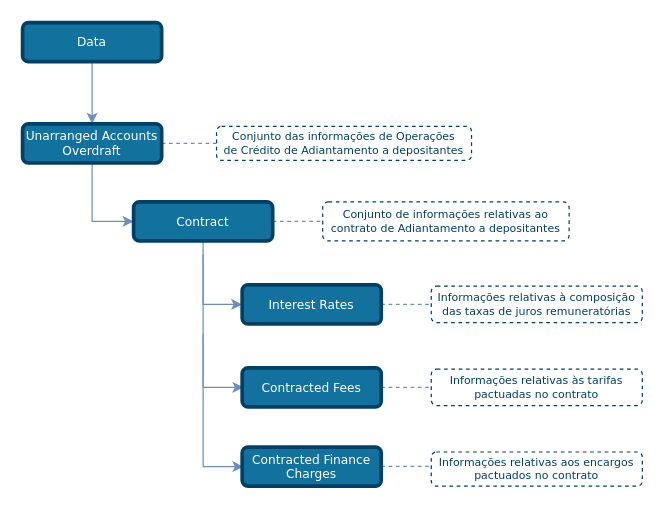
Above: draw_io_diagrams/unarranged_accounts_overdraft/TLD_UnarrangedAccountsOverdraft_Contract.drawio in OpenBanking-Brasil/areadesenvolvedor (draw.io), before the change. Source tidied: cells renumbered, new cells numbered last; positions are measured from the earlier drawing's top-left corner, leaving out a move shared by most shapes. Both pictures are drawn from the tidied source at 122%, with x=0, y=0 at pixel (22, 22).
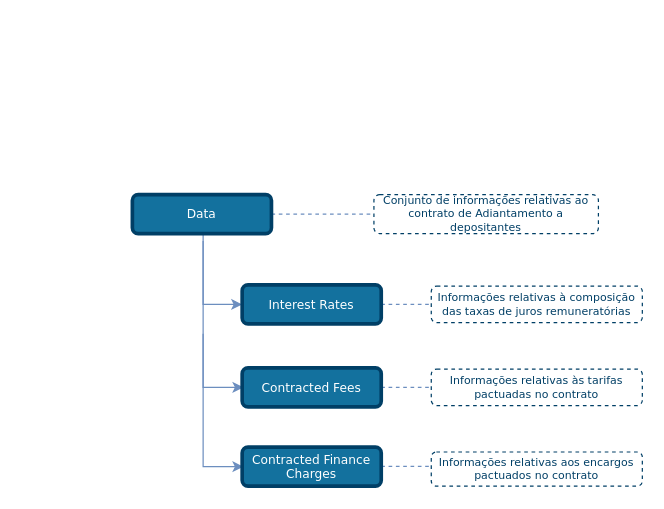
The same page after the edit.

The change refers to these unchanged cells:
```xml
<mxCell id="14" value="Interest Rates" style="rounded=1;whiteSpace=wrap;html=1;comic=0;shadow=0;backgroundOutline=0;snapToPoint=0;fixDash=0;strokeWidth=3;fontFamily=Verdana;fontStyle=0;labelBackgroundColor=none;labelBorderColor=none;fontSize=10;fillColor=#13719E;strokeColor=#003F66;fontColor=#ffffff;" parent="1" vertex="1">
  <mxGeometry x="180" y="215" width="114" height="32" as="geometry" />
</mxCell>
```

What changed in the source:
```diff
@@
-    <mxCell id="2" style="edgeStyle=none;rounded=1;jettySize=auto;html=1;entryX=0;entryY=0.5;entryDx=0;entryDy=0;dashed=1;endArrow=none;endFill=0;endSize=6;strokeColor=#6C8EBF;exitX=1;exitY=0.5;exitDx=0;exitDy=0;" parent="1" edge="1" source="13" target="8">
+    <mxCell id="2" style="edgeStyle=none;rounded=1;jettySize=auto;html=1;entryX=0;entryY=0.5;entryDx=0;entryDy=0;dashed=1;endArrow=none;endFill=0;endSize=6;strokeColor=#6C8EBF;exitX=1;exitY=0.5;exitDx=0;exitDy=0;" parent="1" edge="1" source="12" target="8">
       <mxGeometry relative="1" as="geometry" />
     </mxCell>
-    <mxCell id="3" style="edgeStyle=orthogonalEdgeStyle;rounded=0;jettySize=auto;html=1;entryX=0.5;entryY=0;entryDx=0;entryDy=0;endSize=6;fillColor=#dae8fc;strokeColor=#6c8ebf;comic=0;shadow=0;backgroundOutline=0;snapToPoint=0;fixDash=0;endArrow=classic;endFill=1;exitX=0.5;exitY=1;exitDx=0;exitDy=0;" parent="1" edge="1" source="12" target="6">
-      <mxGeometry relative="1" as="geometry" />
-    </mxCell>
-    <mxCell id="4" style="edgeStyle=orthogonalEdgeStyle;rounded=0;jettySize=auto;html=1;exitX=0.5;exitY=1;exitDx=0;exitDy=0;entryX=0;entryY=0.5;entryDx=0;entryDy=0;strokeColor=#6C8EBF;endArrow=classic;endFill=1;" parent="1" edge="1" source="6" target="13">
-      <mxGeometry relative="1" as="geometry" />
-    </mxCell>
-    <mxCell id="5" style="edgeStyle=none;rounded=1;jettySize=auto;html=1;exitX=1;exitY=0.5;exitDx=0;exitDy=0;entryX=0;entryY=0.5;entryDx=0;entryDy=0;dashed=1;endArrow=none;endFill=0;endSize=6;strokeColor=#6C8EBF;" parent="1" edge="1" source="6" target="7">
-      <mxGeometry relative="1" as="geometry" />
-    </mxCell>
-    <mxCell id="6" value="Unarranged Accounts Overdraft" style="rounded=1;whiteSpace=wrap;html=1;comic=0;shadow=0;backgroundOutline=0;snapToPoint=0;fixDash=0;strokeWidth=3;fontFamily=Verdana;fontStyle=0;labelBackgroundColor=none;labelBorderColor=none;fontSize=10;fillColor=#13719E;strokeColor=#003F66;fontColor=#ffffff;" parent="1" vertex="1">
-      <mxGeometry y="83" width="114" height="32" as="geometry" />
-    </mxCell>
-    <mxCell id="7" value="&lt;font style=&quot;font-size: 9px&quot;&gt;Conjunto das informações de Operações &lt;br&gt;de Crédito de Adiantamento a depositantes&lt;/font&gt;" style="rounded=1;whiteSpace=wrap;html=1;shadow=0;comic=0;strokeColor=#003F66;strokeWidth=1;fillColor=#ffffff;fontFamily=Verdana;fontSize=9;fontColor=#003F66;dashed=1;spacingLeft=5;spacing=0;spacingRight=5;spacingBottom=5;spacingTop=5;align=center;verticalAlign=middle;gradientColor=#ffffff;" parent="1" vertex="1">
-      <mxGeometry x="159" y="85" width="209" height="28" as="geometry" />
-    </mxCell>
     <mxCell id="8" value="&lt;font style=&quot;font-size: 9px&quot;&gt;Conjunto de informações relativas ao contrato de Adiantamento a depositantes&lt;/font&gt;" style="rounded=1;whiteSpace=wrap;html=1;shadow=0;comic=0;strokeColor=#003F66;strokeWidth=1;fillColor=#ffffff;fontFamily=Verdana;fontSize=9;fontColor=#003F66;dashed=1;spacingLeft=5;spacing=0;spacingRight=5;spacingBottom=5;spacingTop=5;align=center;verticalAlign=middle;gradientColor=#ffffff;" parent="1" vertex="1">
-      <mxGeometry x="246" y="147" width="202" height="32" as="geometry" />
+      <mxGeometry x="288" y="141" width="184" height="32" as="geometry" />
     </mxCell>
@@
-    <mxCell id="11" style="edgeStyle=orthogonalEdgeStyle;rounded=0;jettySize=auto;html=1;exitX=0.5;exitY=1;exitDx=0;exitDy=0;entryX=0;entryY=0.5;entryDx=0;entryDy=0;strokeColor=#6C8EBF;endArrow=classic;endFill=1;" parent="1" edge="1" source="13" target="14">
-      <mxGeometry relative="1" as="geometry" />
+    <mxCell id="11" style="edgeStyle=orthogonalEdgeStyle;rounded=0;jettySize=auto;html=1;entryX=0;entryY=0.5;entryDx=0;entryDy=0;strokeColor=#6C8EBF;endArrow=classic;endFill=1;" parent="1" edge="1" target="14">
+      <mxGeometry relative="1" as="geometry">
+        <mxPoint x="148" y="179" as="sourcePoint" />
+        <Array as="points">
+          <mxPoint x="148" y="231" />
+        </Array>
+      </mxGeometry>
     </mxCell>
-    <mxCell id="12" value="Data" style="rounded=1;whiteSpace=wrap;html=1;comic=0;shadow=0;backgroundOutline=0;snapToPoint=0;fixDash=0;strokeWidth=3;fontFamily=Verdana;fontStyle=0;labelBackgroundColor=none;labelBorderColor=none;fontSize=10;fillColor=#13719E;strokeColor=#003F66;fontColor=#ffffff;" parent="1" vertex="1">
-      <mxGeometry width="114" height="32" as="geometry" />
-    </mxCell>
-    <mxCell id="13" value="Contract" style="rounded=1;whiteSpace=wrap;html=1;comic=0;shadow=0;backgroundOutline=0;snapToPoint=0;fixDash=0;strokeWidth=3;fontFamily=Verdana;fontStyle=0;labelBackgroundColor=none;labelBorderColor=none;fontSize=10;fillColor=#13719E;strokeColor=#003F66;fontColor=#ffffff;" parent="1" vertex="1">
-      <mxGeometry x="91" y="147" width="114" height="32" as="geometry" />
-    </mxCell>
@@
-    <mxCell id="19" style="edgeStyle=orthogonalEdgeStyle;rounded=0;orthogonalLoop=1;jettySize=auto;html=1;entryX=0;entryY=0.5;entryDx=0;entryDy=0;strokeColor=#6C8EBF;endArrow=classic;endFill=1;" parent="1" edge="1">
+    <mxCell id="19" style="edgeStyle=orthogonalEdgeStyle;rounded=0;jettySize=auto;html=1;entryX=0;entryY=0.5;entryDx=0;entryDy=0;strokeColor=#6C8EBF;endArrow=classic;endFill=1;exitX=0.5;exitY=1;exitDx=0;exitDy=0;" parent="1" edge="1" source="12">
       <mxGeometry relative="1" as="geometry">
-        <mxPoint x="148" y="190" as="sourcePoint" />
         <mxPoint x="181" y="299" as="targetPoint" />
         <Array as="points">
+          <mxPoint x="148" y="173" />
           <mxPoint x="148" y="299" />
         </Array>
       </mxGeometry>
     </mxCell>
@@
+    <mxCell id="12" value="Data" style="rounded=1;whiteSpace=wrap;html=1;comic=0;shadow=0;backgroundOutline=0;snapToPoint=0;fixDash=0;strokeWidth=3;fontFamily=Verdana;fontStyle=0;labelBackgroundColor=none;labelBorderColor=none;fontSize=10;fillColor=#13719E;strokeColor=#003F66;fontColor=#ffffff;" parent="1" vertex="1">
+      <mxGeometry x="90" y="141" width="114" height="32" as="geometry" />
+    </mxCell>
```
